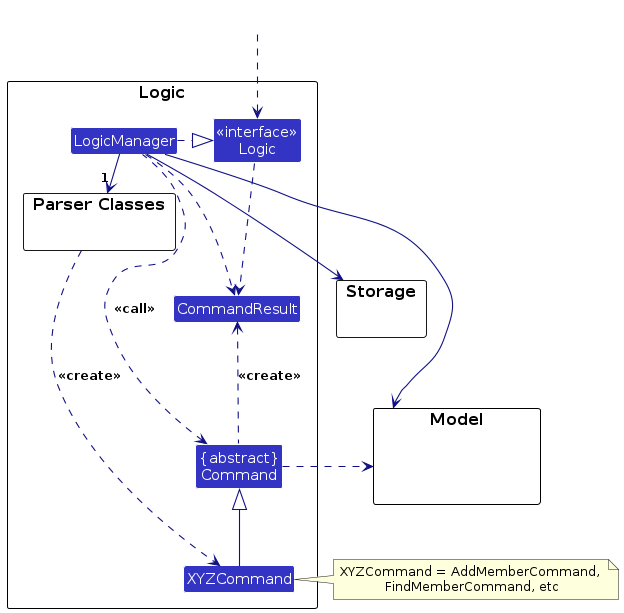
The PlantUML diagram diagrams/LogicClassDiagram.png in AY2526S1-CS2103T-W11-2/tp, before a commit. Its source is kept beside it as diagrams/LogicClassDiagram.puml.
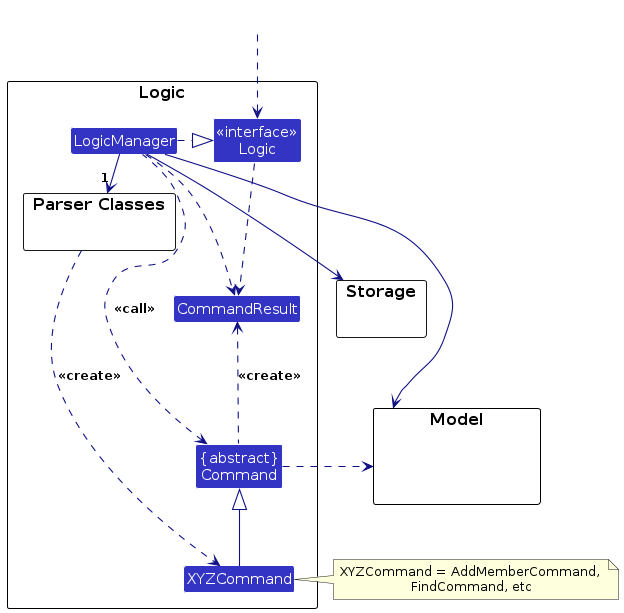
After the commit.

Change to the diagram source:
```diff
@@ -39,7 +39,7 @@
 Storage --[hidden] Model
 Command .[hidden]up.> Storage
 Command .right.> Model
-note right of XYZCommand: XYZCommand = AddMemberCommand, \nFindMemberCommand, etc
+note right of XYZCommand: XYZCommand = AddMemberCommand, \nFindCommand, etc
 
 Logic ..> CommandResult
 LogicManager .down.> CommandResult
```
